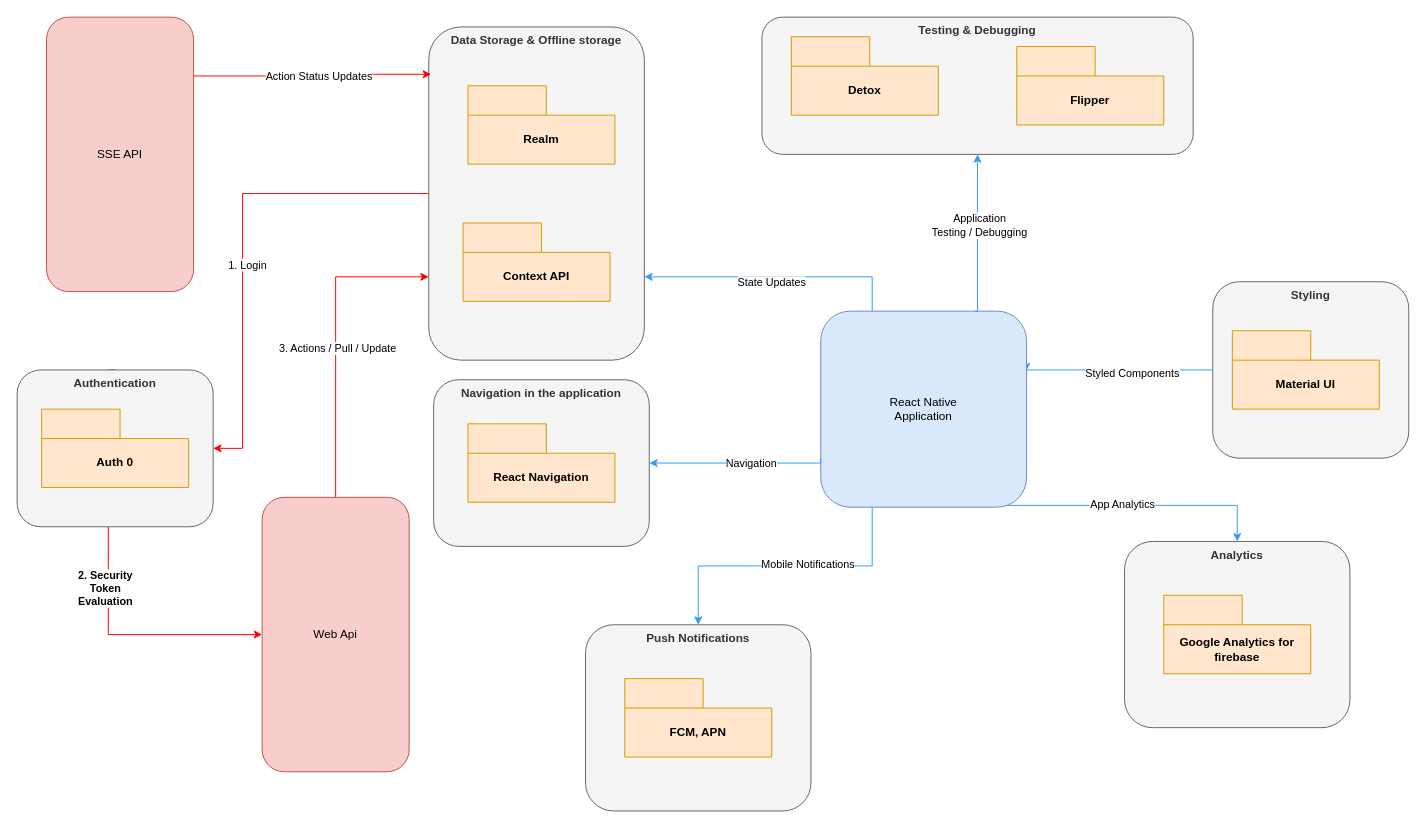
Above: page "Mobile tools" (7 of 7) of diagrams/Untitled Diagram.drawio in nadusumilli/mobileArch (draw.io), before the change. Source tidied: cells renumbered, new cells numbered last; positions are measured from the earlier drawing's top-left corner, leaving out a move shared by most shapes. Both pictures are drawn from the tidied source at 98%, with x=0, y=0 at pixel (17, 17).
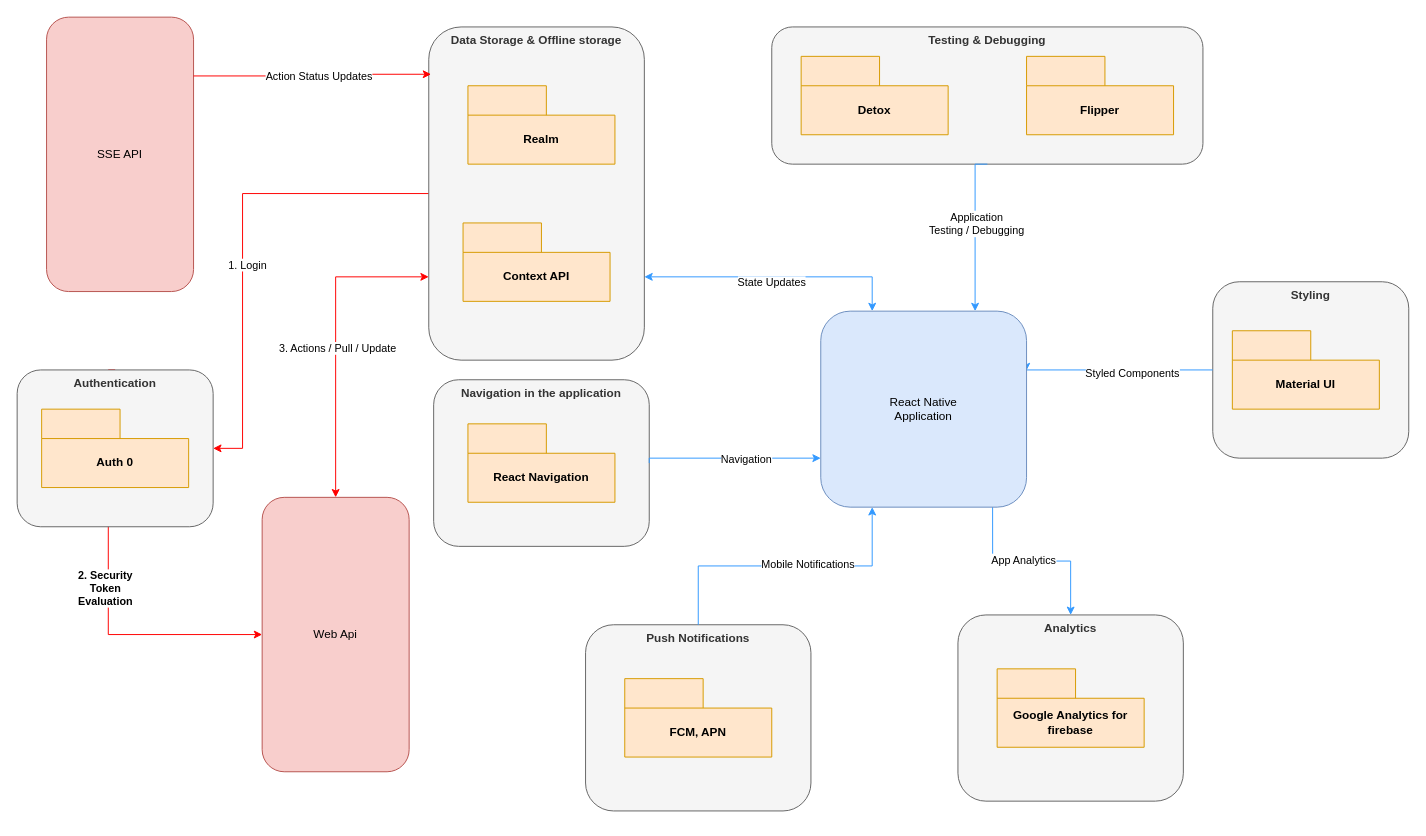
After the change.

Commit message:
Updated mobile tools

Unchanged cells that the change refers to:
```xml
<mxCell id="4" value="&lt;b&gt;Data Storage &amp;amp; Offline storage&lt;/b&gt;" style="rounded=1;whiteSpace=wrap;html=1;fillColor=#f5f5f5;verticalAlign=top;fontColor=#333333;strokeColor=#666666;" parent="1" vertex="1">
  <mxGeometry x="420" y="10" width="220" height="340" as="geometry" />
</mxCell>
<mxCell id="9" value="&lt;b&gt;Navigation in the application&lt;/b&gt;" style="rounded=1;whiteSpace=wrap;html=1;fillColor=#f5f5f5;verticalAlign=top;fontColor=#333333;strokeColor=#666666;" parent="1" vertex="1">
  <mxGeometry x="425" y="370" width="220" height="170" as="geometry" />
</mxCell>
<mxCell id="10" value="&lt;b&gt;Push Notifications&lt;/b&gt;&lt;div&gt;&lt;b&gt;&lt;br&gt;&lt;/b&gt;&lt;/div&gt;" style="rounded=1;whiteSpace=wrap;html=1;fillColor=#f5f5f5;verticalAlign=top;strokeColor=#666666;fontColor=#333333;" parent="1" vertex="1">
  <mxGeometry x="580" y="620" width="230" height="190" as="geometry" />
</mxCell>
<mxCell id="22" value="React Native&lt;div&gt;Application&lt;/div&gt;" style="rounded=1;whiteSpace=wrap;html=1;fillColor=#dae8fc;strokeColor=#6c8ebf;" parent="1" vertex="1">
  <mxGeometry x="820" y="300" width="210" height="200" as="geometry" />
</mxCell>
<mxCell id="39" value="Web Api" style="rounded=1;whiteSpace=wrap;html=1;fillColor=#f8cecc;strokeColor=#b85450;" parent="1" vertex="1">
  <mxGeometry x="250" y="490" width="150" height="280" as="geometry" />
</mxCell>
```

Diff of the diagram source:
```diff
@@
-    <mxCell id="5" style="edgeStyle=orthogonalEdgeStyle;rounded=0;jettySize=auto;html=1;exitX=0.5;exitY=0;exitDx=0;exitDy=0;entryX=0;entryY=0.75;entryDx=0;entryDy=0;strokeColor=#FF0000;" parent="1" edge="1" source="39" target="4">
+    <mxCell id="5" style="edgeStyle=orthogonalEdgeStyle;rounded=0;jettySize=auto;html=1;exitX=0.5;exitY=0;exitDx=0;exitDy=0;entryX=0;entryY=0.75;entryDx=0;entryDy=0;strokeColor=#FF0000;startArrow=classic;startFill=1;" parent="1" edge="1" source="39" target="4">
       <mxGeometry relative="1" as="geometry" />
     </mxCell>
@@
     <mxCell id="8" value="&lt;b&gt;Testing &amp;amp; Debugging&lt;/b&gt;" style="rounded=1;whiteSpace=wrap;html=1;fillColor=#f5f5f5;verticalAlign=top;fontColor=#333333;strokeColor=#666666;" parent="1" vertex="1">
-      <mxGeometry x="760" width="440" height="140" as="geometry" />
+      <mxGeometry x="770" y="10" width="440" height="140" as="geometry" />
     </mxCell>
@@
     <mxCell id="11" value="&lt;b&gt;Analytics&lt;/b&gt;" style="rounded=1;whiteSpace=wrap;html=1;fillColor=#f5f5f5;verticalAlign=top;fontColor=#333333;strokeColor=#666666;" parent="1" vertex="1">
-      <mxGeometry x="1130" y="535" width="230" height="190" as="geometry" />
+      <mxGeometry x="960" y="610" width="230" height="190" as="geometry" />
     </mxCell>
@@
-    <mxCell id="18" style="edgeStyle=orthogonalEdgeStyle;rounded=0;jettySize=auto;html=1;exitX=0.25;exitY=0;exitDx=0;exitDy=0;entryX=1;entryY=0.75;entryDx=0;entryDy=0;fillColor=#dae8fc;strokeColor=#3399FF;" parent="1" edge="1" source="22" target="4">
+    <mxCell id="18" style="edgeStyle=orthogonalEdgeStyle;rounded=0;jettySize=auto;html=1;exitX=0.25;exitY=0;exitDx=0;exitDy=0;entryX=1;entryY=0.75;entryDx=0;entryDy=0;fillColor=#dae8fc;strokeColor=#3399FF;startArrow=classic;startFill=1;" parent="1" edge="1" source="22" target="4">
       <mxGeometry relative="1" as="geometry">
         <Array as="points">
           <mxPoint x="872" y="265" />
         </Array>
       </mxGeometry>
     </mxCell>
@@
     <mxCell id="24" value="Detox" style="shape=folder;fontStyle=1;tabWidth=80;tabHeight=30;tabPosition=left;html=1;boundedLbl=1;whiteSpace=wrap;fillColor=#ffe6cc;strokeColor=#d79b00;" parent="1" vertex="1">
-      <mxGeometry x="790" y="20" width="150" height="80" as="geometry" />
+      <mxGeometry x="800" y="40" width="150" height="80" as="geometry" />
     </mxCell>
     <mxCell id="25" value="Flipper" style="shape=folder;fontStyle=1;tabWidth=80;tabHeight=30;tabPosition=left;html=1;boundedLbl=1;whiteSpace=wrap;fillColor=#ffe6cc;strokeColor=#d79b00;" parent="1" vertex="1">
-      <mxGeometry x="1020" y="30" width="150" height="80" as="geometry" />
+      <mxGeometry x="1030" y="40" width="150" height="80" as="geometry" />
     </mxCell>
@@
     <mxCell id="30" value="Google Analytics for firebase" style="shape=folder;fontStyle=1;tabWidth=80;tabHeight=30;tabPosition=left;html=1;boundedLbl=1;whiteSpace=wrap;fillColor=#ffe6cc;strokeColor=#d79b00;" parent="1" vertex="1">
-      <mxGeometry x="1170" y="590" width="150" height="80" as="geometry" />
+      <mxGeometry x="1000" y="665" width="150" height="80" as="geometry" />
     </mxCell>
@@
-    <mxCell id="32" style="edgeStyle=orthogonalEdgeStyle;rounded=0;jettySize=auto;html=1;exitX=0.25;exitY=1;exitDx=0;exitDy=0;entryX=0.5;entryY=0;entryDx=0;entryDy=0;fillColor=#dae8fc;strokeColor=#3399FF;" parent="1" edge="1" source="22" target="10">
+    <mxCell id="32" style="edgeStyle=orthogonalEdgeStyle;rounded=0;jettySize=auto;html=1;exitX=0.25;exitY=1;exitDx=0;exitDy=0;entryX=0.5;entryY=0;entryDx=0;entryDy=0;fillColor=#dae8fc;strokeColor=#3399FF;startArrow=classic;startFill=1;endArrow=none;endFill=0;" parent="1" edge="1" source="22" target="10">
       <mxGeometry relative="1" as="geometry" />
     </mxCell>
@@
-    <mxCell id="34" style="edgeStyle=orthogonalEdgeStyle;rounded=0;jettySize=auto;html=1;exitX=0;exitY=0.75;exitDx=0;exitDy=0;fillColor=#dae8fc;strokeColor=#3399FF;entryX=1;entryY=0.5;entryDx=0;entryDy=0;" parent="1" edge="1" source="22" target="9">
+    <mxCell id="34" style="edgeStyle=orthogonalEdgeStyle;rounded=0;jettySize=auto;html=1;exitX=0;exitY=0.75;exitDx=0;exitDy=0;fillColor=#dae8fc;strokeColor=#3399FF;entryX=1;entryY=0.5;entryDx=0;entryDy=0;startArrow=classic;startFill=1;endArrow=none;endFill=0;" parent="1" edge="1" source="22" target="9">
       <mxGeometry relative="1" as="geometry">
         <Array as="points">
-          <mxPoint x="820" y="455" />
+          <mxPoint x="645" y="450" />
         </Array>
       </mxGeometry>
     </mxCell>
@@
-    <mxCell id="36" style="edgeStyle=orthogonalEdgeStyle;rounded=0;jettySize=auto;html=1;exitX=0.75;exitY=0;exitDx=0;exitDy=0;entryX=0.5;entryY=1;entryDx=0;entryDy=0;fillColor=#dae8fc;strokeColor=#3399FF;" parent="1" edge="1" source="22" target="8">
+    <mxCell id="36" style="edgeStyle=orthogonalEdgeStyle;rounded=0;jettySize=auto;html=1;exitX=0.75;exitY=0;exitDx=0;exitDy=0;entryX=0.5;entryY=1;entryDx=0;entryDy=0;fillColor=#dae8fc;strokeColor=#3399FF;startArrow=classic;startFill=1;endArrow=none;endFill=0;" parent="1" edge="1" source="22" target="8">
       <mxGeometry relative="1" as="geometry">
         <Array as="points">
-          <mxPoint x="980" y="300" />
+          <mxPoint x="977" y="150" />
         </Array>
       </mxGeometry>
     </mxCell>
```
